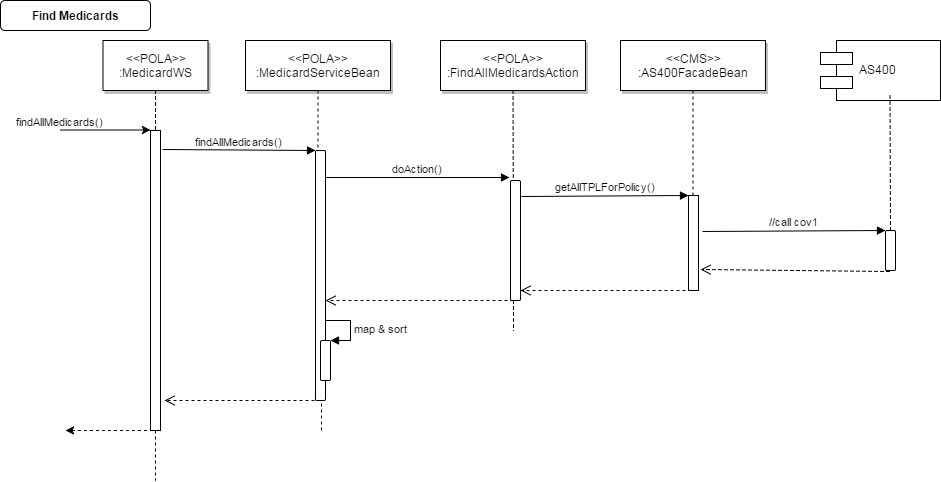
The draw.io diagram diagrams-export/find_medicards.png in wim-dkv/pola, before a commit. Source tidied: cells renumbered, new cells last; positions are measured from the earlier drawing's top-left corner, leaving out a move shared by most shapes.
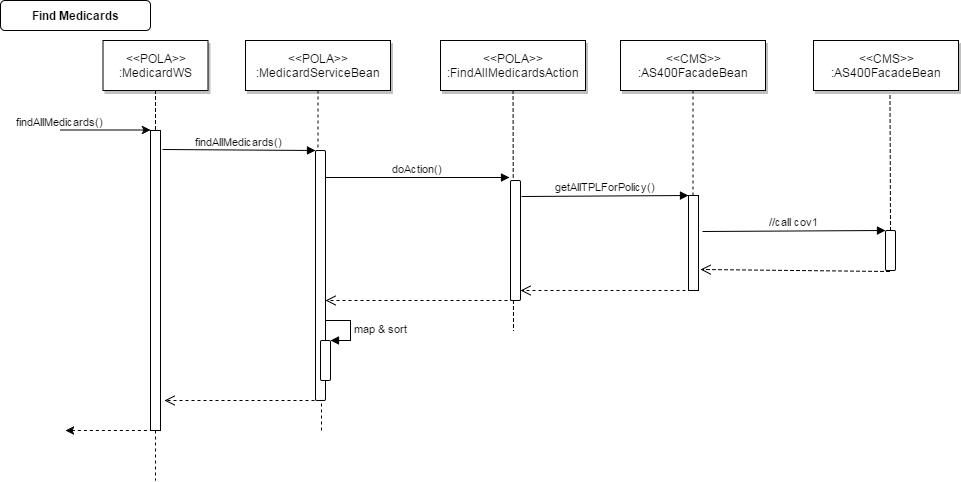
Above is the later version.

The edit, as a diff of the source:
```diff
@@ -45,9 +45,6 @@
         <mxPoint x="692.5" y="210" as="targetPoint" />
       </mxGeometry>
     </mxCell>
-    <mxCell id="13" value="AS400" style="shape=component;align=left;spacingLeft=36;" parent="1" vertex="1">
-      <mxGeometry x="820" y="40" width="120" height="60" as="geometry" />
-    </mxCell>
     <mxCell id="14" style="html=1;points=[];perimeter=orthogonalPerimeter;rounded=1;" parent="1" vertex="1">
       <mxGeometry x="315" y="150" width="10" height="250" as="geometry" />
     </mxCell>
@@ -120,5 +117,8 @@
     <mxCell id="31" style="html=1;verticalAlign=bottom;endArrow=open;dashed=1;endSize=8;exitX=-0.3;exitY=1;exitPerimeter=0;" parent="1" edge="1" source="29" target="28">
       <mxGeometry relative="1" as="geometry" />
     </mxCell>
+    <mxCell id="32" value="&amp;lt;&amp;lt;CMS&amp;gt;&amp;gt;&lt;br&gt;:AS400FacadeBean" style="shadow=1;fillColor=#FFFFFF;strokeColor=#000000;html=1;" parent="1" vertex="1">
+      <mxGeometry x="813" y="40" width="145" height="50" as="geometry" />
+    </mxCell>
   </root>
 </mxGraphModel>
```
